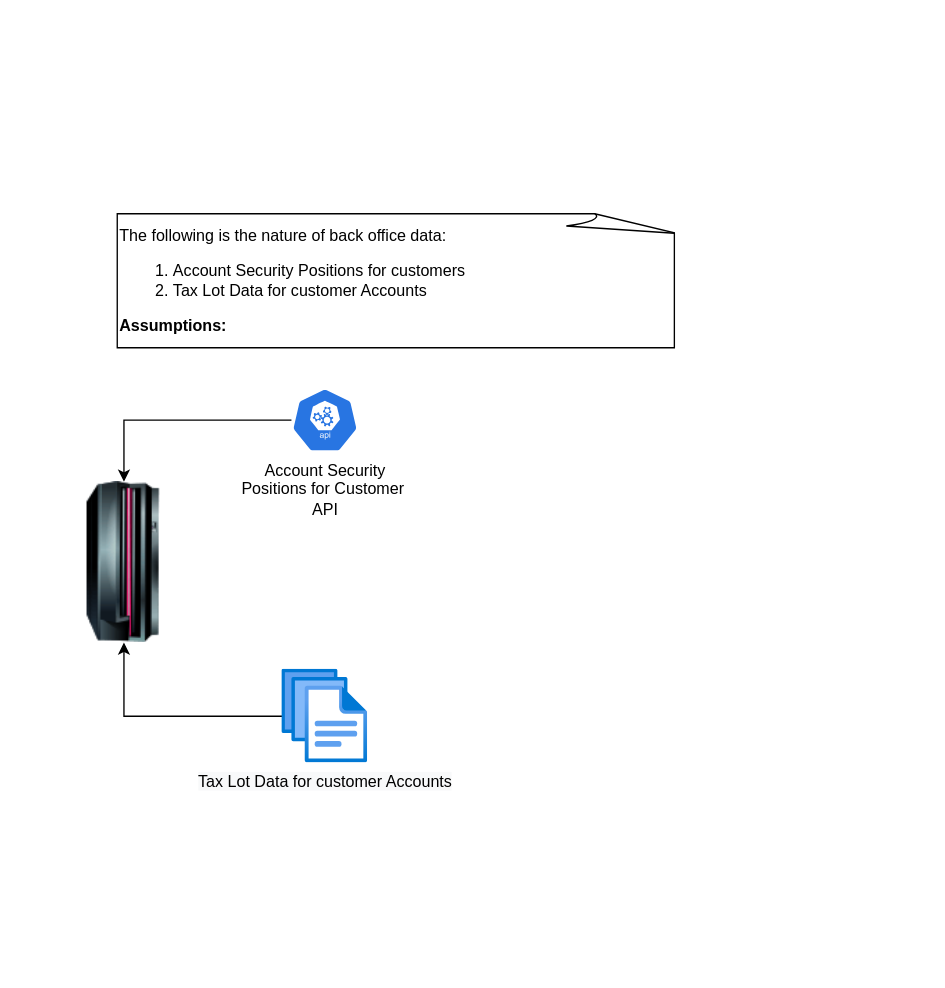
Before: page "Current State" (1 of 2) of solution/Loss Harvesting Dashboard.drawio in Vykuntarao-n/loss-harvesting-dashboard, a draw.io diagram. Source tidied: cells renumbered, new cells numbered last; positions are measured from the earlier drawing's top-left corner, leaving out a move shared by most shapes. Both pictures are drawn from the tidied source at 134%, with x=0, y=0 at pixel (23, 213).
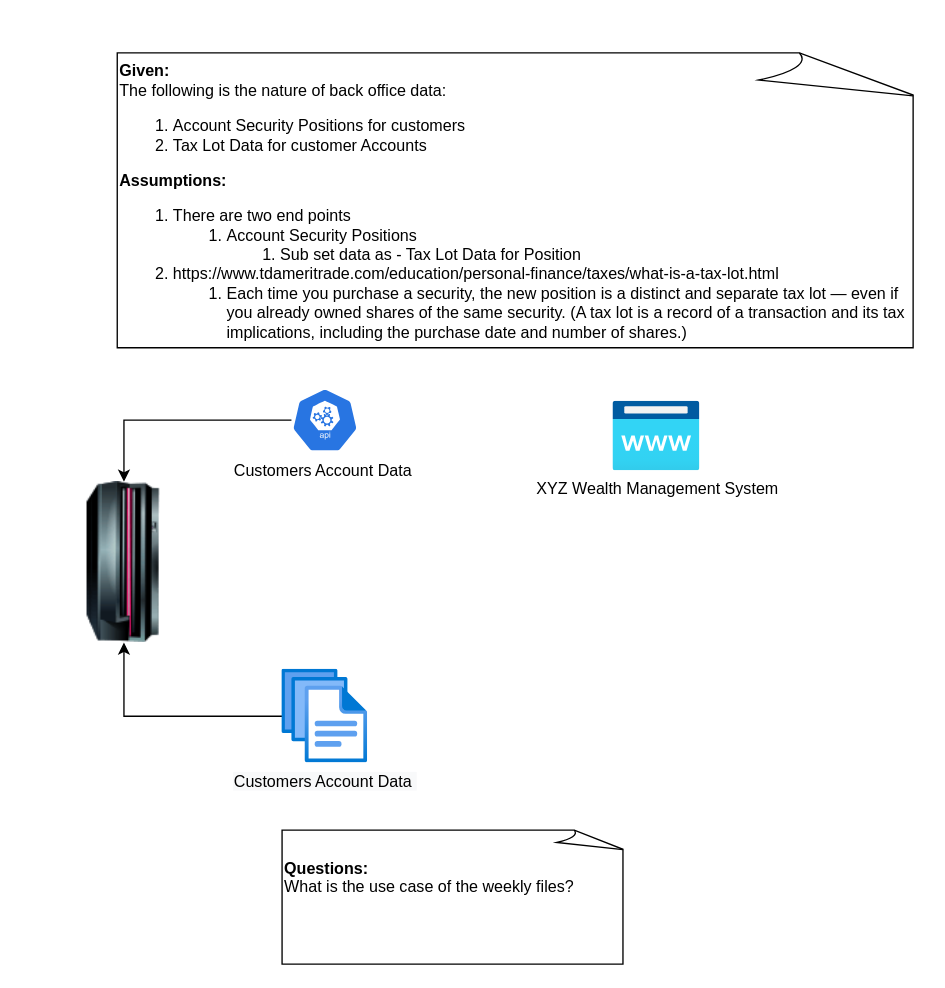
The same diagram, later.

Change to the diagram source:
```diff
@@
 <mxGraphModel>
   <root>
     <mxCell id="0" />
     <mxCell id="1" parent="0" />
     <mxCell id="2" style="image;html=1;image=img/lib/clip_art/computers/Mainframe_128x128.png;" parent="1" vertex="1">
       <mxGeometry y="200" width="150" height="120" as="geometry" />
     </mxCell>
     <mxCell id="3" style="edgeStyle=orthogonalEdgeStyle;rounded=0;jettySize=auto;html=1;entryX=0.5;entryY=0;entryDx=0;entryDy=0;" parent="1" edge="1" source="4" target="2">
       <mxGeometry relative="1" as="geometry" />
     </mxCell>
-    <mxCell id="4" value="&lt;span style=&quot;text-align: left;&quot;&gt;Account Security &lt;br&gt;Positions for Customer&amp;nbsp;&lt;br&gt;API&lt;br&gt;&lt;/span&gt;" style="sketch=0;html=1;dashed=0;whitespace=wrap;fillColor=#2875E2;strokeColor=#ffffff;points=[[0.005,0.63,0],[0.1,0.2,0],[0.9,0.2,0],[0.5,0,0],[0.995,0.63,0],[0.72,0.99,0],[0.5,1,0],[0.28,0.99,0]];verticalLabelPosition=bottom;align=center;verticalAlign=top;shape=mxgraph.kubernetes.icon;prIcon=api;" parent="1" vertex="1">
+    <mxCell id="4" value="&lt;span style=&quot;text-align: left;&quot;&gt;Customers Account Data&amp;nbsp;&lt;/span&gt;&lt;span style=&quot;text-align: left;&quot;&gt;&lt;br&gt;&lt;/span&gt;" style="sketch=0;html=1;dashed=0;whitespace=wrap;fillColor=#2875E2;strokeColor=#ffffff;points=[[0.005,0.63,0],[0.1,0.2,0],[0.9,0.2,0],[0.5,0,0],[0.995,0.63,0],[0.72,0.99,0],[0.5,1,0],[0.28,0.99,0]];verticalLabelPosition=bottom;align=center;verticalAlign=top;shape=mxgraph.kubernetes.icon;prIcon=api;" parent="1" vertex="1">
       <mxGeometry x="200" y="130" width="50" height="48" as="geometry" />
     </mxCell>
     <mxCell id="5" style="edgeStyle=orthogonalEdgeStyle;rounded=0;jettySize=auto;html=1;entryX=0.5;entryY=1;entryDx=0;entryDy=0;" parent="1" edge="1" source="6" target="2">
       <mxGeometry relative="1" as="geometry" />
     </mxCell>
-    <mxCell id="6" value="&lt;span style=&quot;background-color: rgb(248, 249, 250); text-align: left;&quot;&gt;Tax Lot Data for customer Accounts&lt;/span&gt;" style="html=1;points=[];align=center;image;fontSize=12;image=img/lib/azure2/general/Files.svg;" parent="1" vertex="1">
+    <mxCell id="6" value="&lt;span style=&quot;background-color: rgb(248, 249, 250); text-align: left;&quot;&gt;Customers Account Data&amp;nbsp;&lt;/span&gt;" style="html=1;points=[];align=center;image;fontSize=12;image=img/lib/azure2/general/Files.svg;" parent="1" vertex="1">
       <mxGeometry x="193" y="340" width="64" height="70" as="geometry" />
     </mxCell>
-    <mxCell id="7" value="&lt;div&gt;The following is the nature of back office data:&lt;/div&gt;&lt;div&gt;&lt;ol&gt;&lt;li&gt;Account Security Positions for customers&lt;/li&gt;&lt;li&gt;Tax Lot Data for customer Accounts&lt;/li&gt;&lt;/ol&gt;&lt;div&gt;&lt;b&gt;Assumptions:&lt;/b&gt;&lt;/div&gt;&lt;/div&gt;" style="whiteSpace=wrap;html=1;shape=mxgraph.basic.document;align=left;" parent="1" vertex="1">
-      <mxGeometry x="70" width="420" height="100" as="geometry" />
+    <mxCell id="7" value="&lt;div&gt;&lt;br&gt;&lt;/div&gt;&lt;div&gt;&lt;br&gt;&lt;/div&gt;&lt;div&gt;&lt;b&gt;Given:&amp;nbsp;&lt;/b&gt;&lt;/div&gt;&lt;div&gt;The following is the nature of back office data:&lt;/div&gt;&lt;div&gt;&lt;ol&gt;&lt;li&gt;Account Security Positions for customers&lt;/li&gt;&lt;li&gt;Tax Lot Data for customer Accounts&lt;/li&gt;&lt;/ol&gt;&lt;div&gt;&lt;b&gt;Assumptions:&lt;/b&gt;&lt;/div&gt;&lt;/div&gt;&lt;div&gt;&lt;ol&gt;&lt;li&gt;There are two end points&lt;/li&gt;&lt;ol&gt;&lt;li&gt;Account Security Positions&lt;/li&gt;&lt;ol&gt;&lt;li&gt;Sub set data as - Tax Lot Data for Position&lt;/li&gt;&lt;/ol&gt;&lt;/ol&gt;&lt;li&gt;https://www.tdameritrade.com/education/personal-finance/taxes/what-is-a-tax-lot.html&lt;/li&gt;&lt;ol&gt;&lt;li&gt;Each time you purchase a security, the new position is a distinct and separate tax lot — even if you already owned shares of the same security. (A tax lot is a record of a transaction and its tax implications, including the purchase date and number of shares.)&lt;/li&gt;&lt;/ol&gt;&lt;/ol&gt;&lt;div&gt;&lt;br&gt;&lt;/div&gt;&lt;/div&gt;" style="whiteSpace=wrap;html=1;shape=mxgraph.basic.document;align=left;" parent="1" vertex="1">
+      <mxGeometry x="70" y="-120" width="600" height="220" as="geometry" />
     </mxCell>
+    <mxCell id="8" value="&lt;b style=&quot;&quot;&gt;Questions:&amp;nbsp;&lt;/b&gt;&lt;br style=&quot;&quot;&gt;&lt;div style=&quot;&quot;&gt;&lt;span style=&quot;background-color: initial;&quot;&gt;What is the use case&amp;nbsp;of the weekly files?&lt;/span&gt;&lt;/div&gt;&lt;div style=&quot;&quot;&gt;&lt;span style=&quot;background-color: initial;&quot;&gt;&lt;br&gt;&lt;/span&gt;&lt;/div&gt;&lt;span style=&quot;&quot;&gt;&amp;nbsp;&lt;/span&gt;" style="whiteSpace=wrap;html=1;shape=mxgraph.basic.document;align=left;" parent="1" vertex="1">
+      <mxGeometry x="193" y="460" width="257" height="100" as="geometry" />
+    </mxCell>
+    <mxCell id="9" value="XYZ Wealth Management System" style="html=1;align=center;image;fontSize=12;image=img/lib/azure2/app_services/App_Service_Domains.svg;" parent="1" vertex="1">
+      <mxGeometry x="440" y="140" width="65" height="52" as="geometry" />
+    </mxCell>
   </root>
 </mxGraphModel>
```
